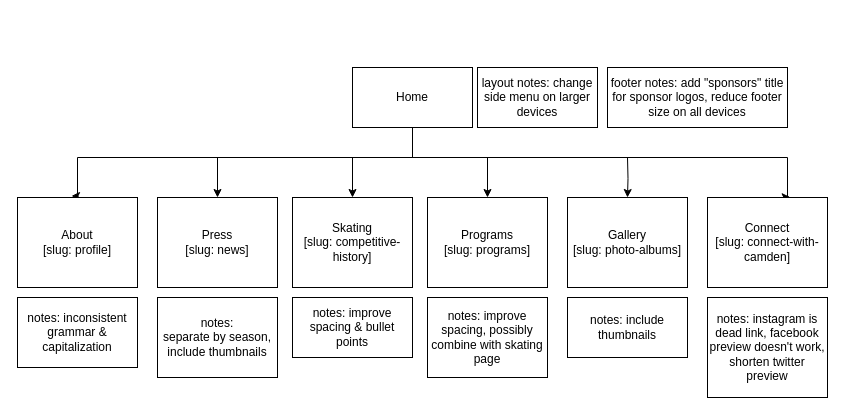
Earlier version of the draw.io diagram camden-sitemap.drawio (cucumberpeel/drawio-diagrams). Source tidied: cells renumbered, new cells numbered last; positions are measured from the earlier drawing's top-left corner, leaving out a move shared by most shapes. Both pictures are drawn from the tidied source at 100%, with x=0, y=0 at pixel (17, 67).
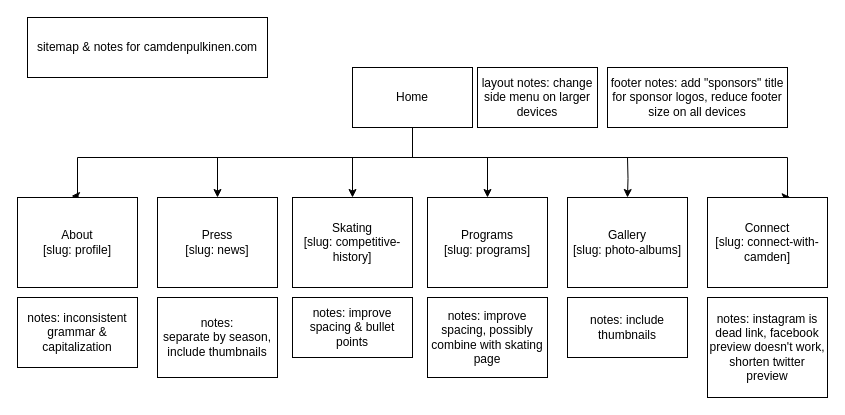
Above is the later version.

Diff of the diagram source:
```diff
@@
+    <mxCell id="23" value="sitemap &amp;amp; notes for camdenpulkinen.com" style="rounded=0;whiteSpace=wrap;html=1;" parent="1" vertex="1">
+      <mxGeometry x="10" y="-50" width="240" height="60" as="geometry" />
+    </mxCell>
```
